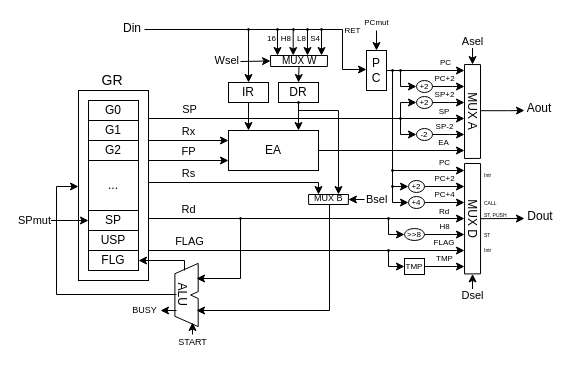
Above: page "ページ1" (1 of 2) of Doc/VHDL/TaC/tac_cpu.drawio in tctsigemura/TeC7 (draw.io), before the change. Source tidied: cells renumbered, new cells numbered last; positions are measured from the earlier drawing's top-left corner, leaving out a move shared by most shapes. Both pictures are drawn from the tidied source at 100%, with x=0, y=0 at pixel (48, 18).
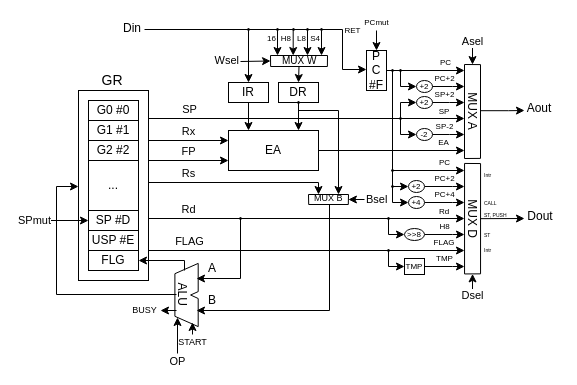
The same diagram, later.

Unchanged cells that the change refers to:
```xml
<mxCell id="62" style="group;" parent="1" vertex="1">
  <mxGeometry x="30" y="72" width="70" height="190" as="geometry" />
</mxCell>
```

What changed in the source:
```diff
@@
-    <mxCell id="45" value="P&lt;br&gt;C" style="whiteSpace=wrap;html=1;" parent="1" vertex="1">
+    <mxCell id="45" value="P&lt;br&gt;C&lt;br&gt;#F" style="whiteSpace=wrap;html=1;" parent="1" vertex="1">
       <mxGeometry x="318" y="32" width="20" height="40" as="geometry" />
     </mxCell>
@@
-    <mxCell id="64" value="G0" style="whiteSpace=wrap;html=1;" parent="62" vertex="1">
+    <mxCell id="64" value="G0 #0" style="whiteSpace=wrap;html=1;" parent="62" vertex="1">
       <mxGeometry x="10" y="10" width="50" height="20" as="geometry" />
     </mxCell>
-    <mxCell id="65" value="G1" style="whiteSpace=wrap;html=1;" parent="62" vertex="1">
+    <mxCell id="65" value="G1 #1" style="whiteSpace=wrap;html=1;" parent="62" vertex="1">
       <mxGeometry x="10" y="30" width="50" height="20" as="geometry" />
     </mxCell>
-    <mxCell id="66" value="G2" style="whiteSpace=wrap;html=1;" parent="62" vertex="1">
+    <mxCell id="66" value="G2 #2" style="whiteSpace=wrap;html=1;" parent="62" vertex="1">
       <mxGeometry x="10" y="50" width="50" height="20" as="geometry" />
     </mxCell>
-    <mxCell id="67" value="SP" style="whiteSpace=wrap;html=1;" parent="62" vertex="1">
+    <mxCell id="67" value="SP #D" style="whiteSpace=wrap;html=1;" parent="62" vertex="1">
       <mxGeometry x="10" y="120" width="50" height="20" as="geometry" />
     </mxCell>
-    <mxCell id="68" value="USP" style="whiteSpace=wrap;html=1;" parent="62" vertex="1">
+    <mxCell id="68" value="USP #E" style="whiteSpace=wrap;html=1;" parent="62" vertex="1">
       <mxGeometry x="10" y="140" width="50" height="20" as="geometry" />
     </mxCell>
@@
+    <mxCell id="107" value="OP" style="endArrow=classic;html=1;" parent="1" edge="1">
+      <mxGeometry x="-1" y="-8" relative="1" as="geometry">
+        <mxPoint x="129" y="335" as="sourcePoint" />
+        <mxPoint x="129" y="299" as="targetPoint" />
+        <mxPoint x="-8" y="8" as="offset" />
+      </mxGeometry>
+    </mxCell>
+    <mxCell id="108" value="A" style="text;html=1;strokeColor=none;fillColor=none;align=center;verticalAlign=middle;whiteSpace=wrap;rounded=0;" parent="1" vertex="1">
+      <mxGeometry x="144" y="240" width="40" height="20" as="geometry" />
+    </mxCell>
+    <mxCell id="109" value="B" style="text;html=1;strokeColor=none;fillColor=none;align=center;verticalAlign=middle;whiteSpace=wrap;rounded=0;" parent="1" vertex="1">
+      <mxGeometry x="144" y="272" width="40" height="20" as="geometry" />
+    </mxCell>
```
